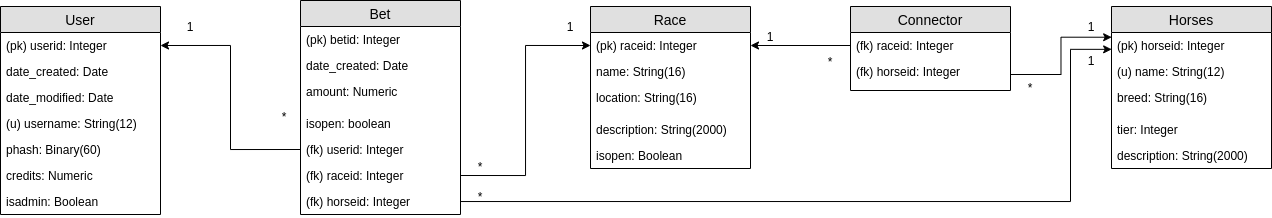
Before: documentation/Totogram.png, a diagram exported from draw.io (Tykky/toto-betting). Source tidied: cells renumbered, new cells last; positions are measured from the earlier drawing's top-left corner, leaving out a move shared by most shapes.
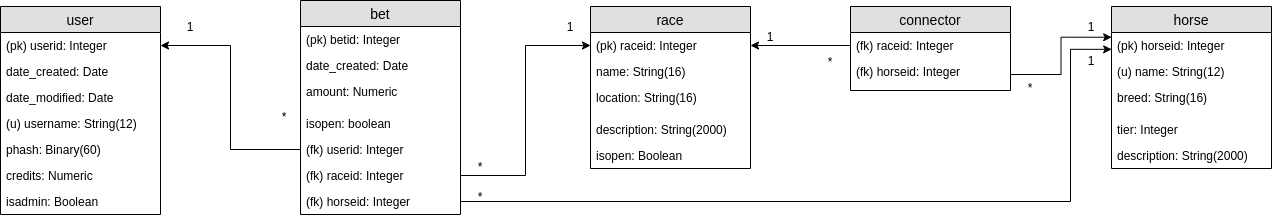
Above is the later version.

Commit message:
Update database diagram

Change to the diagram source:
```diff
@@ -2,7 +2,7 @@
   <root>
     <mxCell id="0" />
     <mxCell id="1" parent="0" />
-    <mxCell id="2" value="User" style="swimlane;fontStyle=0;horizontal=1;startSize=26;fillColor=#e0e0e0;swimlaneFillColor=#ffffff;align=center;fontSize=14;" parent="1" vertex="1">
+    <mxCell id="2" value="user" style="swimlane;fontStyle=0;horizontal=1;startSize=26;fillColor=#e0e0e0;swimlaneFillColor=#ffffff;align=center;fontSize=14;" parent="1" vertex="1">
       <mxGeometry y="6" width="160" height="208" as="geometry" />
     </mxCell>
     <mxCell id="3" value="(pk) userid: Integer" style="text;strokeColor=none;fillColor=none;spacingLeft=4;spacingRight=4;overflow=hidden;points=[[0,0.5],[1,0.5]];portConstraint=eastwest;fontSize=12;" parent="2" vertex="1">
@@ -26,7 +26,7 @@
     <mxCell id="9" value="isadmin: Boolean" style="text;strokeColor=none;fillColor=none;spacingLeft=4;spacingRight=4;overflow=hidden;fontSize=12;" parent="2" vertex="1">
       <mxGeometry y="182" width="160" height="26" as="geometry" />
     </mxCell>
-    <mxCell id="10" value="Bet" style="swimlane;fontStyle=0;horizontal=1;startSize=26;fillColor=#e0e0e0;swimlaneFillColor=#ffffff;align=center;fontSize=14;" parent="1" vertex="1">
+    <mxCell id="10" value="bet" style="swimlane;fontStyle=0;horizontal=1;startSize=26;fillColor=#e0e0e0;swimlaneFillColor=#ffffff;align=center;fontSize=14;" parent="1" vertex="1">
       <mxGeometry x="300" width="160" height="214" as="geometry" />
     </mxCell>
     <mxCell id="11" value="(pk) betid: Integer" style="text;strokeColor=none;fillColor=none;spacingLeft=4;spacingRight=4;overflow=hidden;fontSize=12;" parent="10" vertex="1">
@@ -68,7 +68,7 @@
     <mxCell id="23" value="*" style="text;html=1;strokeColor=none;fillColor=none;align=center;verticalAlign=middle;whiteSpace=wrap;rounded=0;" parent="1" vertex="1">
       <mxGeometry x="460" y="186" width="40" height="20" as="geometry" />
     </mxCell>
-    <mxCell id="24" value="Race" style="swimlane;fontStyle=0;horizontal=1;startSize=26;fillColor=#e0e0e0;swimlaneFillColor=#ffffff;align=center;fontSize=14;" parent="1" vertex="1">
+    <mxCell id="24" value="race" style="swimlane;fontStyle=0;horizontal=1;startSize=26;fillColor=#e0e0e0;swimlaneFillColor=#ffffff;align=center;fontSize=14;" parent="1" vertex="1">
       <mxGeometry x="590" y="6" width="160" height="162" as="geometry" />
     </mxCell>
     <mxCell id="25" value="(pk) raceid: Integer" style="text;strokeColor=none;fillColor=none;spacingLeft=4;spacingRight=4;overflow=hidden;points=[[0,0.5],[1,0.5]];portConstraint=eastwest;fontSize=12;" parent="24" vertex="1">
@@ -86,7 +86,7 @@
     <mxCell id="29" value="isopen: Boolean" style="text;strokeColor=none;fillColor=none;spacingLeft=4;spacingRight=4;overflow=hidden;fontSize=12;" parent="24" vertex="1">
       <mxGeometry y="136" width="160" height="26" as="geometry" />
     </mxCell>
-    <mxCell id="30" value="Horses" style="swimlane;fontStyle=0;horizontal=1;startSize=26;fillColor=#e0e0e0;swimlaneFillColor=#ffffff;align=center;fontSize=14;" parent="1" vertex="1">
+    <mxCell id="30" value="horse" style="swimlane;fontStyle=0;horizontal=1;startSize=26;fillColor=#e0e0e0;swimlaneFillColor=#ffffff;align=center;fontSize=14;" parent="1" vertex="1">
       <mxGeometry x="1111" y="6" width="160" height="162" as="geometry" />
     </mxCell>
     <mxCell id="31" value="(pk) horseid: Integer" style="text;strokeColor=none;fillColor=none;spacingLeft=4;spacingRight=4;overflow=hidden;points=[[0,0.5],[1,0.5]];portConstraint=eastwest;fontSize=12;" parent="30" vertex="1">
@@ -104,7 +104,7 @@
     <mxCell id="35" value="description: String(2000)" style="text;strokeColor=none;fillColor=none;spacingLeft=4;spacingRight=4;overflow=hidden;fontSize=12;" parent="30" vertex="1">
       <mxGeometry y="136" width="160" height="26" as="geometry" />
     </mxCell>
-    <mxCell id="36" value="Connector" style="swimlane;fontStyle=0;horizontal=1;startSize=26;fillColor=#e0e0e0;swimlaneFillColor=#ffffff;align=center;fontSize=14;" parent="1" vertex="1">
+    <mxCell id="36" value="connector" style="swimlane;fontStyle=0;horizontal=1;startSize=26;fillColor=#e0e0e0;swimlaneFillColor=#ffffff;align=center;fontSize=14;" parent="1" vertex="1">
       <mxGeometry x="850" y="6" width="160" height="84" as="geometry" />
     </mxCell>
     <mxCell id="37" value="(fk) raceid: Integer" style="text;strokeColor=none;fillColor=none;spacingLeft=4;spacingRight=4;overflow=hidden;points=[[0,0.5],[1,0.5]];portConstraint=eastwest;fontSize=12;" parent="36" vertex="1">
```
